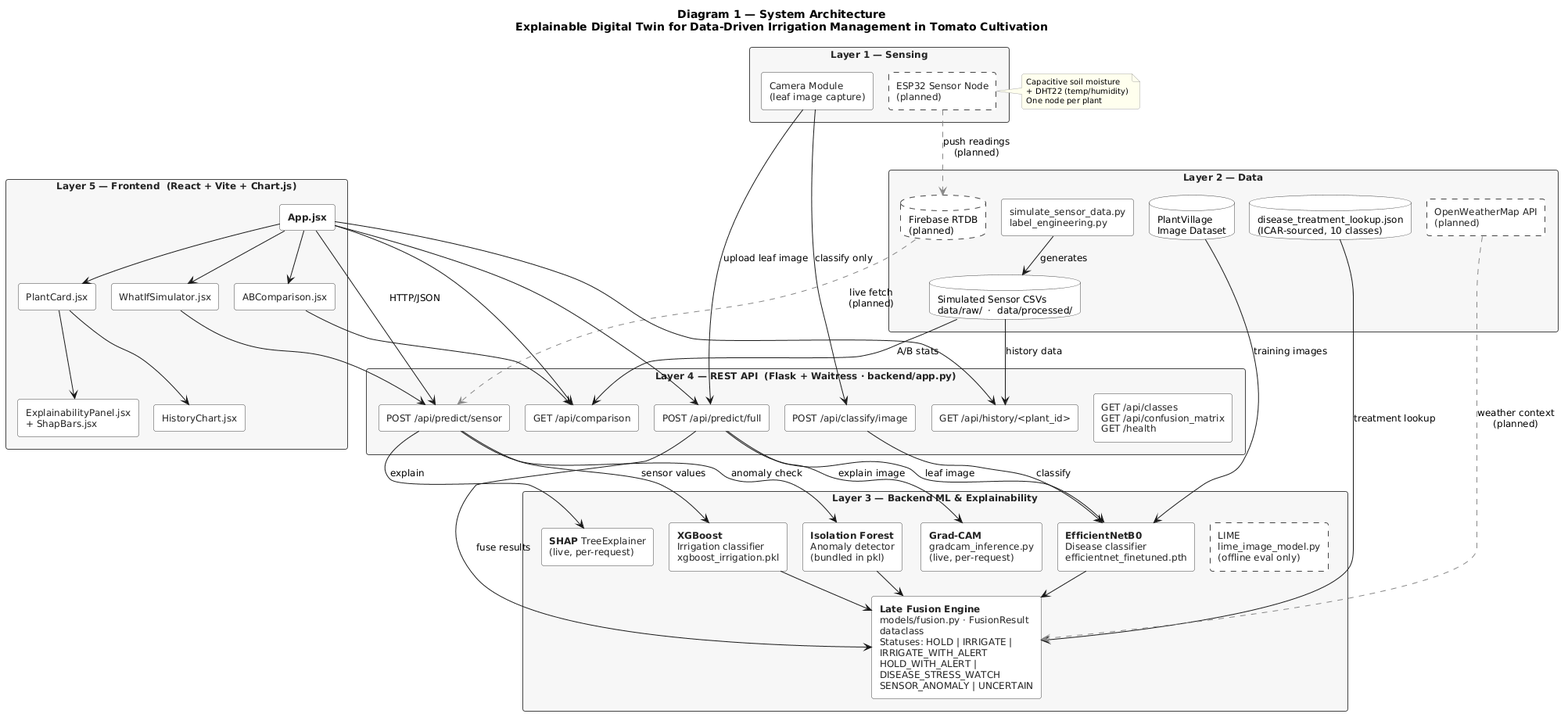
This is docs/uml/01_system_architecture.png from karthikG0017/An-Explainable-Digital-Twin-for-Data-Driven-Irrigation-Management-in-Tomato-Plant-Cultivation, a PlantUML export, as it was before one commit. Its diagram source:
```plantuml
@startuml
skinparam backgroundColor white
skinparam defaultFontName "Segoe UI"
skinparam defaultFontSize 12
skinparam shadowing false
skinparam roundCorner 6
skinparam packageStyle rectangle
skinparam wrapWidth 200
skinparam nodesep 20
skinparam ranksep 30

skinparam rectangle {
  BackgroundColor white
  BorderColor #444444
  FontColor #222222
}

skinparam package {
  BackgroundColor #F7F7F7
  BorderColor #444444
  FontStyle bold
  FontColor #222222
}

skinparam database {
  BackgroundColor white
  BorderColor #444444
}

skinparam note {
  BackgroundColor #FFFFEE
  BorderColor #AAAAAA
  FontSize 10
}

title <b>Diagram 1 — System Architecture</b>\nExplainable Digital Twin for Data-Driven Irrigation Management in Tomato Cultivation

package "Layer 1 — Sensing" {
  rectangle "Camera Module\n(leaf image capture)" as CAM
  rectangle "ESP32 Sensor Node\n(planned)" as ESP32 #FFFFFF;line.dashed
}
note right of ESP32 : Capacitive soil moisture\n+ DHT22 (temp/humidity)\nOne node per plant

package "Layer 2 — Data" {
  database "Simulated Sensor CSVs\ndata/raw/  ·  data/processed/" as CSV
  database "PlantVillage\nImage Dataset" as PV
  database "disease_treatment_lookup.json\n(ICAR-sourced, 10 classes)" as TREAT
  database "Firebase RTDB\n(planned)" as FB #FFFFFF;line.dashed
  rectangle "OpenWeatherMap API\n(planned)" as OWM #FFFFFF;line.dashed
  rectangle "simulate_sensor_data.py\nlabel_engineering.py" as SIM
}

package "Layer 3 — Backend ML & Explainability" {
  together {
    rectangle "**XGBoost**\nIrrigation classifier\nxgboost_irrigation.pkl" as XGB
    rectangle "**Isolation Forest**\nAnomaly detector\n(bundled in pkl)" as ISO
    rectangle "**SHAP** TreeExplainer\n(live, per-request)" as SHAP
  }
  together {
    rectangle "**EfficientNetB0**\nDisease classifier\nefficientnet_finetuned.pth" as ENET
    rectangle "**Grad-CAM**\ngradcam_inference.py\n(live, per-request)" as GCAM
    rectangle "LIME\nlime_image_model.py\n(offline eval only)" as LIME #FFFFFF;line.dashed
  }
  rectangle "**Late Fusion Engine**\nmodels/fusion.py · FusionResult dataclass\nStatuses: HOLD | IRRIGATE | IRRIGATE_WITH_ALERT\nHOLD_WITH_ALERT | DISEASE_STRESS_WATCH\nSENSOR_ANOMALY | UNCERTAIN" as FUSION
}

package "Layer 4 — REST API  (Flask + Waitress · backend/app.py)" {
  rectangle "POST /api/predict/sensor" as R1
  rectangle "POST /api/predict/full" as R2
  rectangle "POST /api/classify/image" as R3
  rectangle "GET /api/history/<plant_id>" as R4
  rectangle "GET /api/comparison" as R5
  rectangle "GET /api/classes\nGET /api/confusion_matrix\nGET /health" as R6
}

package "Layer 5 — Frontend  (React + Vite + Chart.js)" {
  rectangle "**App.jsx**" as FAPP
  rectangle "PlantCard.jsx" as FPC
  rectangle "ExplainabilityPanel.jsx\n+ ShapBars.jsx" as FEP
  rectangle "HistoryChart.jsx" as FHC
  rectangle "WhatIfSimulator.jsx" as FWIS
  rectangle "ABComparison.jsx" as FABC
}

ESP32 .[#888888,dashed].> FB : push readings\n(planned)
SIM --> CSV : generates
CAM --> R2 : upload leaf image
CAM --> R3 : classify only

FB .[#888888,dashed].> R1 : live fetch\n(planned)
CSV --> R4 : history data
CSV --> R5 : A/B stats
PV --> ENET : training images
TREAT --> FUSION : treatment lookup
OWM .[#888888,dashed].> FUSION : weather context\n(planned)

R1 --> XGB : sensor values
R1 --> ISO : anomaly check
R1 --> SHAP : explain
R2 --> ENET : leaf image
R2 --> GCAM : explain image
R2 --> FUSION : fuse results
R3 --> ENET : classify

XGB --> FUSION
ISO --> FUSION
ENET --> FUSION

FAPP --> FPC
FAPP --> FWIS
FAPP --> FABC
FPC --> FEP
FPC --> FHC

FAPP --> R1 : HTTP/JSON
FAPP --> R2
FAPP --> R4
FAPP --> R5
FWIS --> R1
FABC --> R5
@enduml
```
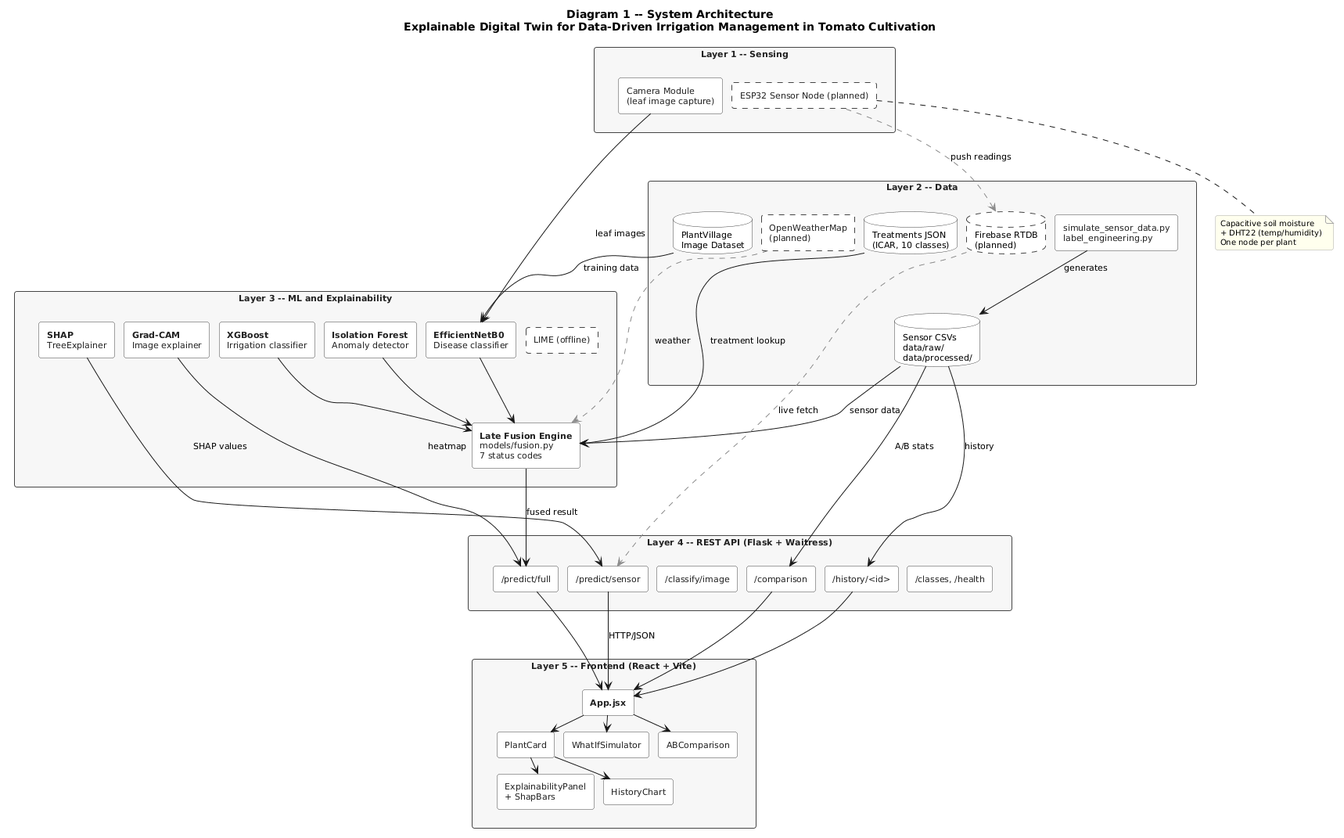
After the change.

Diff of the diagram source:
```diff
@@ -1,13 +1,12 @@
 @startuml
 skinparam backgroundColor white
 skinparam defaultFontName "Segoe UI"
-skinparam defaultFontSize 12
+skinparam defaultFontSize 11
 skinparam shadowing false
 skinparam roundCorner 6
 skinparam packageStyle rectangle
-skinparam wrapWidth 200
-skinparam nodesep 20
-skinparam ranksep 30
+skinparam nodesep 12
+skinparam ranksep 20
 
 skinparam rectangle {
   BackgroundColor white
@@ -33,89 +32,86 @@
   FontSize 10
 }
 
-title <b>Diagram 1 — System Architecture</b>\nExplainable Digital Twin for Data-Driven Irrigation Management in Tomato Cultivation
+title <b>Diagram 1 -- System Architecture</b>\nExplainable Digital Twin for Data-Driven Irrigation Management in Tomato Cultivation
 
-package "Layer 1 — Sensing" {
+package "Layer 1 -- Sensing" as L1 {
   rectangle "Camera Module\n(leaf image capture)" as CAM
-  rectangle "ESP32 Sensor Node\n(planned)" as ESP32 #FFFFFF;line.dashed
+  rectangle "ESP32 Sensor Node (planned)" as ESP32 #FFFFFF;line.dashed
 }
-note right of ESP32 : Capacitive soil moisture\n+ DHT22 (temp/humidity)\nOne node per plant
+note bottom of ESP32 : Capacitive soil moisture\n+ DHT22 (temp/humidity)\nOne node per plant
 
-package "Layer 2 — Data" {
-  database "Simulated Sensor CSVs\ndata/raw/  ·  data/processed/" as CSV
+package "Layer 2 -- Data" as L2 {
+  rectangle "simulate_sensor_data.py\nlabel_engineering.py" as SIM
+  database "Sensor CSVs\ndata/raw/\ndata/processed/" as CSV
   database "PlantVillage\nImage Dataset" as PV
-  database "disease_treatment_lookup.json\n(ICAR-sourced, 10 classes)" as TREAT
+  database "Treatments JSON\n(ICAR, 10 classes)" as TREAT
   database "Firebase RTDB\n(planned)" as FB #FFFFFF;line.dashed
-  rectangle "OpenWeatherMap API\n(planned)" as OWM #FFFFFF;line.dashed
-  rectangle "simulate_sensor_data.py\nlabel_engineering.py" as SIM
+  rectangle "OpenWeatherMap\n(planned)" as OWM #FFFFFF;line.dashed
 }
 
-package "Layer 3 — Backend ML & Explainability" {
-  together {
-    rectangle "**XGBoost**\nIrrigation classifier\nxgboost_irrigation.pkl" as XGB
-    rectangle "**Isolation Forest**\nAnomaly detector\n(bundled in pkl)" as ISO
-    rectangle "**SHAP** TreeExplainer\n(live, per-request)" as SHAP
-  }
-  together {
-    rectangle "**EfficientNetB0**\nDisease classifier\nefficientnet_finetuned.pth" as ENET
-    rectangle "**Grad-CAM**\ngradcam_inference.py\n(live, per-request)" as GCAM
-    rectangle "LIME\nlime_image_model.py\n(offline eval only)" as LIME #FFFFFF;line.dashed
-  }
-  rectangle "**Late Fusion Engine**\nmodels/fusion.py · FusionResult dataclass\nStatuses: HOLD | IRRIGATE | IRRIGATE_WITH_ALERT\nHOLD_WITH_ALERT | DISEASE_STRESS_WATCH\nSENSOR_ANOMALY | UNCERTAIN" as FUSION
+package "Layer 3 -- ML and Explainability" as L3 {
+  rectangle "**XGBoost**\nIrrigation classifier" as XGB
+  rectangle "**Isolation Forest**\nAnomaly detector" as ISO
+  rectangle "**SHAP**\nTreeExplainer" as SHAP
+  rectangle "**EfficientNetB0**\nDisease classifier" as ENET
+  rectangle "**Grad-CAM**\nImage explainer" as GCAM
+  rectangle "LIME (offline)" as LIME #FFFFFF;line.dashed
+  rectangle "**Late Fusion Engine**\nmodels/fusion.py\n7 status codes" as FUSION
 }
 
-package "Layer 4 — REST API  (Flask + Waitress · backend/app.py)" {
-  rectangle "POST /api/predict/sensor" as R1
-  rectangle "POST /api/predict/full" as R2
-  rectangle "POST /api/classify/image" as R3
-  rectangle "GET /api/history/<plant_id>" as R4
-  rectangle "GET /api/comparison" as R5
-  rectangle "GET /api/classes\nGET /api/confusion_matrix\nGET /health" as R6
+package "Layer 4 -- REST API (Flask + Waitress)" as L4 {
+  rectangle "/predict/sensor" as R1
+  rectangle "/predict/full" as R2
+  rectangle "/classify/image" as R3
+  rectangle "/history/<id>" as R4
+  rectangle "/comparison" as R5
+  rectangle "/classes, /health" as R6
 }
 
-package "Layer 5 — Frontend  (React + Vite + Chart.js)" {
+package "Layer 5 -- Frontend (React + Vite)" as L5 {
   rectangle "**App.jsx**" as FAPP
-  rectangle "PlantCard.jsx" as FPC
-  rectangle "ExplainabilityPanel.jsx\n+ ShapBars.jsx" as FEP
-  rectangle "HistoryChart.jsx" as FHC
-  rectangle "WhatIfSimulator.jsx" as FWIS
-  rectangle "ABComparison.jsx" as FABC
+  rectangle "PlantCard" as FPC
+  rectangle "ExplainabilityPanel\n+ ShapBars" as FEP
+  rectangle "HistoryChart" as FHC
+  rectangle "WhatIfSimulator" as FWIS
+  rectangle "ABComparison" as FABC
 }
 
-ESP32 .[#888888,dashed].> FB : push readings\n(planned)
+L1 -[hidden]d- L2
+L2 -[hidden]d- L3
+L3 -[hidden]d- L4
+L4 -[hidden]d- L5
+
+ESP32 .[#888888,dashed].> FB : push readings
 SIM --> CSV : generates
-CAM --> R2 : upload leaf image
-CAM --> R3 : classify only
 
-FB .[#888888,dashed].> R1 : live fetch\n(planned)
-CSV --> R4 : history data
-CSV --> R5 : A/B stats
-PV --> ENET : training images
+PV --> ENET : training data
 TREAT --> FUSION : treatment lookup
-OWM .[#888888,dashed].> FUSION : weather context\n(planned)
+OWM .[#888888,dashed].> FUSION : weather
+CSV --> FUSION : sensor data
 
-R1 --> XGB : sensor values
-R1 --> ISO : anomaly check
-R1 --> SHAP : explain
-R2 --> ENET : leaf image
-R2 --> GCAM : explain image
-R2 --> FUSION : fuse results
-R3 --> ENET : classify
+CAM --> ENET : leaf images
 
 XGB --> FUSION
 ISO --> FUSION
 ENET --> FUSION
+
+FUSION --> R2 : fused result
+SHAP --> R1 : SHAP values
+GCAM --> R2 : heatmap
+
+CSV --> R4 : history
+CSV --> R5 : A/B stats
+FB .[#888888,dashed].> R1 : live fetch
+
+R1 --> FAPP : HTTP/JSON
+R2 --> FAPP
+R4 --> FAPP
+R5 --> FAPP
 
 FAPP --> FPC
 FAPP --> FWIS
 FAPP --> FABC
 FPC --> FEP
 FPC --> FHC
-
-FAPP --> R1 : HTTP/JSON
-FAPP --> R2
-FAPP --> R4
-FAPP --> R5
-FWIS --> R1
-FABC --> R5
 @enduml
```
